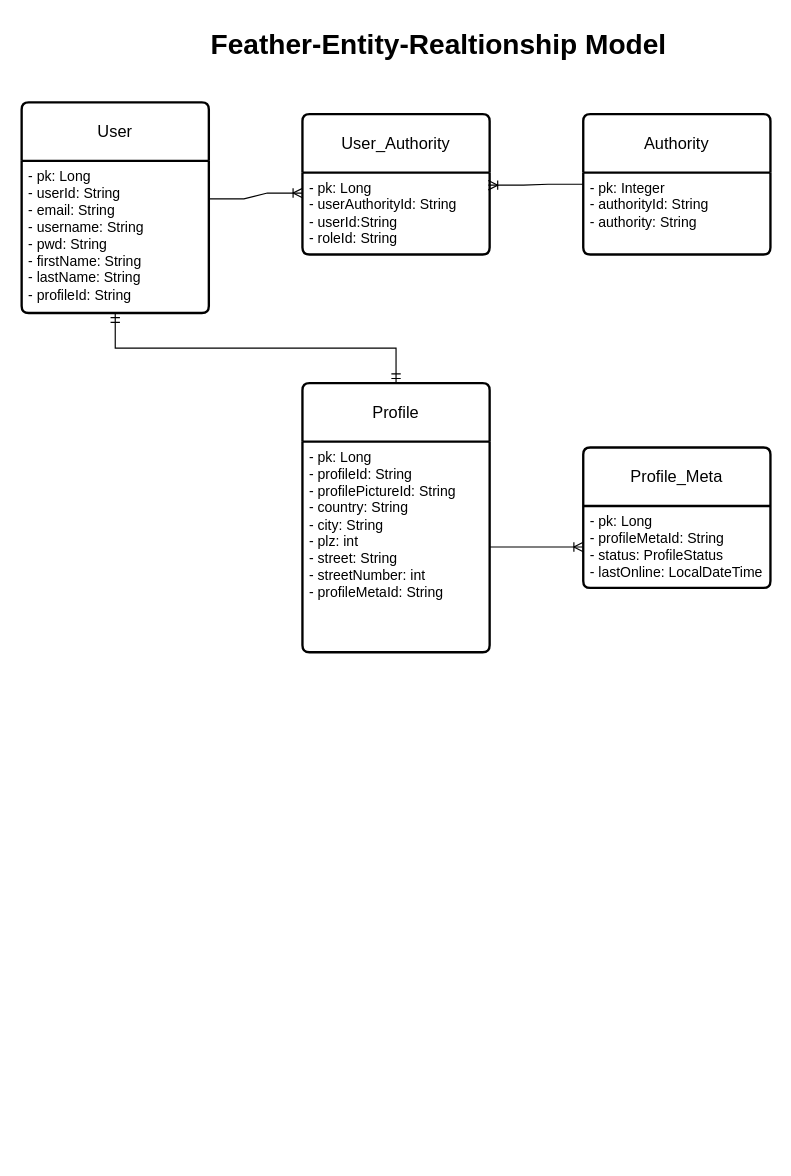
Above: Feather-Tables.drawio in soner3/feather (draw.io), before the change. Source tidied: cells renumbered, new cells numbered last; positions are measured from the earlier drawing's top-left corner, leaving out a move shared by most shapes. Both pictures are drawn from the tidied source at 117%, with x=0, y=0 at pixel (21, 20).
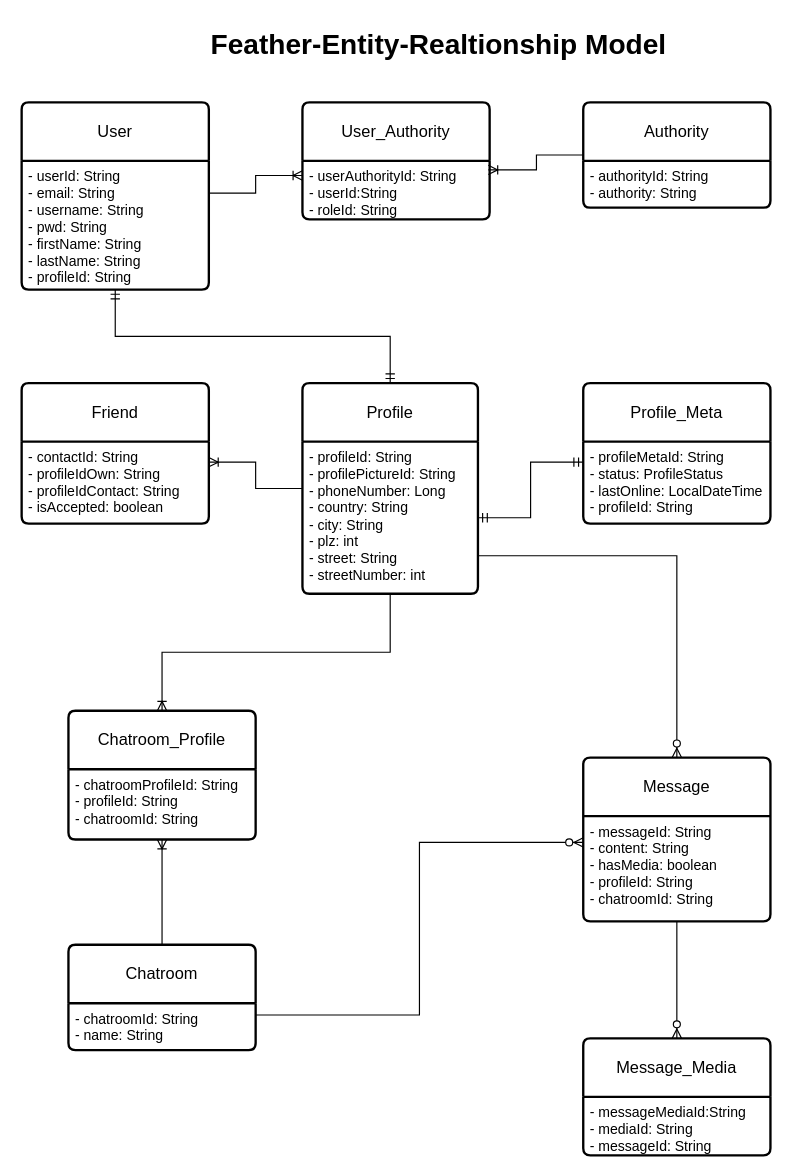
Above is the later version.

The edit, as a diff of the source:
```diff
@@
     <mxCell id="2" value="User" style="swimlane;horizontal=1;startSize=50;rounded=1;fontSize=14;fontStyle=0;strokeWidth=2;shadow=0;dashed=0;align=center;arcSize=4;whiteSpace=wrap;html=1;" parent="1" vertex="1">
-      <mxGeometry y="70" width="160" height="180" as="geometry" />
+      <mxGeometry y="70" width="160" height="160" as="geometry" />
     </mxCell>
-    <mxCell id="3" value="- pk: Long&lt;br&gt;- userId: String&lt;br&gt;- email: String&lt;div&gt;- username: String&lt;/div&gt;&lt;div&gt;- pwd: String&lt;/div&gt;&lt;div&gt;&lt;div&gt;&lt;div&gt;- firstName: String&lt;/div&gt;&lt;div&gt;- lastName: String&lt;/div&gt;&lt;/div&gt;&lt;div&gt;- profileId: String&lt;/div&gt;&lt;/div&gt;&lt;div&gt;&lt;br&gt;&lt;/div&gt;" style="align=left;strokeColor=none;fillColor=none;spacingLeft=4;fontSize=12;verticalAlign=top;html=1;" parent="2" vertex="1">
-      <mxGeometry y="50" width="160" height="130" as="geometry" />
+    <mxCell id="3" value="- userId: String&lt;br&gt;- email: String&lt;div&gt;- username: String&lt;/div&gt;&lt;div&gt;- pwd: String&lt;/div&gt;&lt;div&gt;&lt;div&gt;&lt;div&gt;- firstName: String&lt;/div&gt;&lt;div&gt;- lastName: String&lt;/div&gt;&lt;/div&gt;&lt;div&gt;- profileId: String&lt;/div&gt;&lt;/div&gt;&lt;div&gt;&lt;br&gt;&lt;/div&gt;" style="align=left;strokeColor=none;fillColor=none;spacingLeft=4;fontSize=12;verticalAlign=top;html=1;" parent="2" vertex="1">
+      <mxGeometry y="50" width="160" height="110" as="geometry" />
     </mxCell>
     <mxCell id="4" value="User_Authority" style="swimlane;horizontal=1;startSize=50;rounded=1;fontSize=14;fontStyle=0;strokeWidth=2;shadow=0;dashed=0;align=center;arcSize=4;whiteSpace=wrap;html=1;" parent="1" vertex="1">
-      <mxGeometry x="240" y="80" width="160" height="120" as="geometry" />
+      <mxGeometry x="240" y="70" width="160" height="100" as="geometry" />
     </mxCell>
-    <mxCell id="5" value="&lt;div&gt;- pk: Long&lt;/div&gt;&lt;div&gt;- userAuthorityId: String&lt;/div&gt;- userId:String&lt;div&gt;- roleId: String&lt;/div&gt;" style="align=left;strokeColor=none;fillColor=none;spacingLeft=4;fontSize=12;verticalAlign=top;html=1;" parent="4" vertex="1">
-      <mxGeometry y="50" width="160" height="70" as="geometry" />
+    <mxCell id="5" value="&lt;div&gt;&lt;span style=&quot;background-color: transparent; color: light-dark(rgb(0, 0, 0), rgb(255, 255, 255));&quot;&gt;- userAuthorityId: String&lt;/span&gt;&lt;/div&gt;- userId:String&lt;div&gt;- roleId: String&lt;/div&gt;" style="align=left;strokeColor=none;fillColor=none;spacingLeft=4;fontSize=12;verticalAlign=top;html=1;" parent="4" vertex="1">
+      <mxGeometry y="50" width="160" height="50" as="geometry" />
     </mxCell>
     <mxCell id="6" value="Authority" style="swimlane;horizontal=1;startSize=50;rounded=1;fontSize=14;fontStyle=0;strokeWidth=2;shadow=0;dashed=0;align=center;arcSize=4;whiteSpace=wrap;html=1;" parent="1" vertex="1">
-      <mxGeometry x="480" y="80" width="160" height="120" as="geometry" />
+      <mxGeometry x="480" y="70" width="160" height="90" as="geometry" />
     </mxCell>
-    <mxCell id="7" value="- pk: Integer&lt;div&gt;&lt;div&gt;- authorityId: String&lt;/div&gt;&lt;div&gt;- authority: String&lt;/div&gt;&lt;/div&gt;" style="align=left;strokeColor=none;fillColor=none;spacingLeft=4;fontSize=12;verticalAlign=top;html=1;" parent="6" vertex="1">
-      <mxGeometry y="50" width="160" height="70" as="geometry" />
+    <mxCell id="7" value="&lt;div&gt;&lt;div&gt;- authorityId: String&lt;/div&gt;&lt;div&gt;- authority: String&lt;/div&gt;&lt;/div&gt;" style="align=left;strokeColor=none;fillColor=none;spacingLeft=4;fontSize=12;verticalAlign=top;html=1;" parent="6" vertex="1">
+      <mxGeometry y="50" width="160" height="40" as="geometry" />
     </mxCell>
-    <mxCell id="8" style="edgeStyle=entityRelationEdgeStyle;fontSize=12;html=1;endArrow=ERoneToMany;rounded=0;exitX=1;exitY=0.25;exitDx=0;exitDy=0;entryX=0;entryY=0.25;entryDx=0;entryDy=0;" parent="1" edge="1" source="3" target="5">
+    <mxCell id="8" style="edgeStyle=orthogonalEdgeStyle;fontSize=12;html=1;endArrow=ERoneToMany;rounded=0;exitX=1;exitY=0.25;exitDx=0;exitDy=0;entryX=0;entryY=0.25;entryDx=0;entryDy=0;" parent="1" edge="1" source="3" target="5">
       <mxGeometry relative="1" as="geometry" />
     </mxCell>
-    <mxCell id="9" style="edgeStyle=entityRelationEdgeStyle;fontSize=12;html=1;endArrow=ERoneToMany;rounded=0;exitX=0;exitY=0.5;exitDx=0;exitDy=0;entryX=0.993;entryY=0.154;entryDx=0;entryDy=0;entryPerimeter=0;" parent="1" edge="1" source="6" target="5">
+    <mxCell id="9" style="edgeStyle=orthogonalEdgeStyle;fontSize=12;html=1;endArrow=ERoneToMany;rounded=0;exitX=0;exitY=0.5;exitDx=0;exitDy=0;entryX=0.993;entryY=0.154;entryDx=0;entryDy=0;entryPerimeter=0;" parent="1" edge="1" source="6" target="5">
       <mxGeometry relative="1" as="geometry" />
     </mxCell>
     <mxCell id="10" value="Profile" style="swimlane;horizontal=1;startSize=50;rounded=1;fontSize=14;fontStyle=0;strokeWidth=2;shadow=0;dashed=0;align=center;arcSize=4;whiteSpace=wrap;html=1;" parent="1" vertex="1">
-      <mxGeometry x="240" y="310" width="160" height="230" as="geometry" />
+      <mxGeometry x="240" y="310" width="150" height="180" as="geometry" />
     </mxCell>
-    <mxCell id="11" value="- pk: Long&lt;div&gt;- profileId: String&lt;/div&gt;&lt;div&gt;- profilePictureId: String&lt;/div&gt;&lt;div&gt;- country: String&lt;/div&gt;&lt;div&gt;- city: String&lt;/div&gt;&lt;div&gt;- plz: int&lt;/div&gt;&lt;div&gt;- street: String&lt;/div&gt;&lt;div&gt;- streetNumber: int&lt;/div&gt;&lt;div&gt;- profileMetaId: String&lt;/div&gt;" style="align=left;strokeColor=none;fillColor=none;spacingLeft=4;fontSize=12;verticalAlign=top;html=1;" parent="10" vertex="1">
-      <mxGeometry y="50" width="160" height="180" as="geometry" />
+    <mxCell id="11" value="&lt;div&gt;- profileId: String&lt;/div&gt;&lt;div&gt;- profilePictureId: String&lt;/div&gt;&lt;div&gt;- phoneNumber: Long&lt;/div&gt;&lt;div&gt;- country: String&lt;/div&gt;&lt;div&gt;- city: String&lt;/div&gt;&lt;div&gt;- plz: int&lt;/div&gt;&lt;div&gt;- street: String&lt;/div&gt;&lt;div&gt;- streetNumber: int&lt;/div&gt;" style="align=left;strokeColor=none;fillColor=none;spacingLeft=4;fontSize=12;verticalAlign=top;html=1;" parent="10" vertex="1">
+      <mxGeometry y="50" width="150" height="130" as="geometry" />
     </mxCell>
@@
     <mxCell id="14" value="Profile_Meta" style="swimlane;horizontal=1;startSize=50;rounded=1;fontSize=14;fontStyle=0;strokeWidth=2;shadow=0;dashed=0;align=center;arcSize=4;whiteSpace=wrap;html=1;" parent="1" vertex="1">
-      <mxGeometry x="480" y="365" width="160" height="120" as="geometry" />
+      <mxGeometry x="480" y="310" width="160" height="120" as="geometry" />
     </mxCell>
-    <mxCell id="15" value="- pk: Long&lt;div&gt;- profileMetaId: String&lt;/div&gt;&lt;div&gt;&lt;div&gt;- status: ProfileStatus&lt;div&gt;- lastOnline: LocalDateTime&lt;/div&gt;&lt;/div&gt;&lt;/div&gt;" style="align=left;strokeColor=none;fillColor=none;spacingLeft=4;fontSize=12;verticalAlign=top;html=1;" parent="14" vertex="1">
+    <mxCell id="15" value="&lt;div&gt;- profileMetaId: String&lt;/div&gt;&lt;div&gt;&lt;div&gt;- status: ProfileStatus&lt;div&gt;- lastOnline: LocalDateTime&lt;/div&gt;&lt;/div&gt;&lt;/div&gt;&lt;div&gt;- profileId: String&lt;/div&gt;" style="align=left;strokeColor=none;fillColor=none;spacingLeft=4;fontSize=12;verticalAlign=top;html=1;" parent="14" vertex="1">
       <mxGeometry y="50" width="160" height="70" as="geometry" />
     </mxCell>
+    <mxCell id="17" value="&lt;h1 style=&quot;margin-top: 0px;&quot;&gt;Feather-Entity-Realtionship Model&lt;/h1&gt;" style="text;html=1;whiteSpace=wrap;overflow=hidden;rounded=0;" parent="1" vertex="1">
+      <mxGeometry x="160" width="400" height="40" as="geometry" />
+    </mxCell>
+    <mxCell id="18" value="Friend" style="swimlane;horizontal=1;startSize=50;rounded=1;fontSize=14;fontStyle=0;strokeWidth=2;shadow=0;dashed=0;align=center;arcSize=4;whiteSpace=wrap;html=1;" parent="1" vertex="1">
+      <mxGeometry y="310" width="160" height="120" as="geometry" />
+    </mxCell>
+    <mxCell id="19" value="&lt;div&gt;- contactId: String&lt;/div&gt;&lt;div&gt;- profileIdOwn: String&lt;/div&gt;&lt;div&gt;- profileIdContact: String&lt;/div&gt;&lt;div&gt;- isAccepted: boolean&lt;/div&gt;" style="align=left;strokeColor=none;fillColor=none;spacingLeft=4;fontSize=12;verticalAlign=top;html=1;" parent="18" vertex="1">
+      <mxGeometry y="50" width="160" height="70" as="geometry" />
+    </mxCell>
-    <mxCell id="16" style="edgeStyle=entityRelationEdgeStyle;fontSize=12;html=1;endArrow=ERoneToMany;rounded=0;exitX=1;exitY=0.5;exitDx=0;exitDy=0;entryX=0;entryY=0.5;entryDx=0;entryDy=0;" parent="1" edge="1" source="11" target="15">
-      <mxGeometry relative="1" as="geometry">
-        <Array as="points">
-          <mxPoint x="240" y="380" />
-        </Array>
-      </mxGeometry>
+    <mxCell id="16" style="edgeStyle=orthogonalEdgeStyle;fontSize=12;html=1;endArrow=ERmandOne;startArrow=ERmandOne;rounded=0;entryX=0;entryY=0.25;entryDx=0;entryDy=0;" parent="1" edge="1" source="11" target="15">
+      <mxGeometry relative="1" as="geometry" />
     </mxCell>
-    <mxCell id="17" value="&lt;h1 style=&quot;margin-top: 0px;&quot;&gt;Feather-Entity-Realtionship Model&lt;/h1&gt;" style="text;html=1;whiteSpace=wrap;overflow=hidden;rounded=0;" parent="1" vertex="1">
-      <mxGeometry x="160" width="400" height="40" as="geometry" />
-    </mxCell>
+    <mxCell id="20" style="fontSize=12;html=1;endArrow=ERoneToMany;rounded=0;entryX=1;entryY=0.25;entryDx=0;entryDy=0;edgeStyle=orthogonalEdgeStyle;exitX=0;exitY=0.5;exitDx=0;exitDy=0;" parent="1" edge="1" source="10" target="19">
+      <mxGeometry relative="1" as="geometry" />
+    </mxCell>
+    <mxCell id="21" value="Chatroom" style="swimlane;horizontal=1;startSize=50;rounded=1;fontSize=14;fontStyle=0;strokeWidth=2;shadow=0;dashed=0;align=center;arcSize=4;whiteSpace=wrap;html=1;" parent="1" vertex="1">
+      <mxGeometry x="40" y="790" width="160" height="90" as="geometry" />
+    </mxCell>
+    <mxCell id="22" value="- chatroomId: String&lt;div&gt;- name: String&lt;/div&gt;" style="align=left;strokeColor=none;fillColor=none;spacingLeft=4;fontSize=12;verticalAlign=top;html=1;" parent="21" vertex="1">
+      <mxGeometry y="50" width="160" height="40" as="geometry" />
+    </mxCell>
+    <mxCell id="23" value="Message" style="swimlane;horizontal=1;startSize=50;rounded=1;fontSize=14;fontStyle=0;strokeWidth=2;shadow=0;dashed=0;align=center;arcSize=4;whiteSpace=wrap;html=1;" parent="1" vertex="1">
+      <mxGeometry x="480" y="630" width="160" height="140" as="geometry" />
+    </mxCell>
+    <mxCell id="24" value="&lt;span style=&quot;background-color: transparent; color: light-dark(rgb(0, 0, 0), rgb(255, 255, 255));&quot;&gt;- messageId: String&lt;/span&gt;&lt;div&gt;- content: String&lt;/div&gt;&lt;div&gt;- hasMedia: boolean&lt;/div&gt;&lt;div&gt;- profileId: String&lt;/div&gt;&lt;div&gt;- chatroomId: String&lt;/div&gt;" style="align=left;strokeColor=none;fillColor=none;spacingLeft=4;fontSize=12;verticalAlign=top;html=1;" parent="23" vertex="1">
+      <mxGeometry y="50" width="160" height="90" as="geometry" />
+    </mxCell>
+    <mxCell id="25" style="edgeStyle=orthogonalEdgeStyle;fontSize=12;html=1;endArrow=ERzeroToMany;endFill=1;rounded=0;exitX=1;exitY=0.75;exitDx=0;exitDy=0;entryX=0.5;entryY=0;entryDx=0;entryDy=0;" parent="1" edge="1" source="11" target="23">
+      <mxGeometry relative="1" as="geometry" />
+    </mxCell>
+    <mxCell id="26" value="Message_Media" style="swimlane;horizontal=1;startSize=50;rounded=1;fontSize=14;fontStyle=0;strokeWidth=2;shadow=0;dashed=0;align=center;arcSize=4;whiteSpace=wrap;html=1;" parent="1" vertex="1">
+      <mxGeometry x="480" y="870" width="160" height="100" as="geometry" />
+    </mxCell>
+    <mxCell id="27" value="&lt;div&gt;- messageMediaId:String&lt;/div&gt;&lt;div&gt;- mediaId: String&lt;/div&gt;&lt;div&gt;- messageId: String&lt;/div&gt;" style="align=left;strokeColor=none;fillColor=none;spacingLeft=4;fontSize=12;verticalAlign=top;html=1;" parent="26" vertex="1">
+      <mxGeometry y="50" width="160" height="50" as="geometry" />
+    </mxCell>
+    <mxCell id="28" style="fontSize=12;html=1;endArrow=ERzeroToMany;endFill=1;rounded=0;entryX=0.5;entryY=0;entryDx=0;entryDy=0;exitX=0.5;exitY=1;exitDx=0;exitDy=0;" parent="1" edge="1" source="24" target="26">
+      <mxGeometry relative="1" as="geometry" />
+    </mxCell>
+    <mxCell id="29" style="edgeStyle=orthogonalEdgeStyle;fontSize=12;html=1;endArrow=ERzeroToMany;endFill=1;rounded=0;exitX=1;exitY=0.25;exitDx=0;exitDy=0;entryX=0;entryY=0.25;entryDx=0;entryDy=0;" parent="1" edge="1" source="22" target="24">
+      <mxGeometry relative="1" as="geometry" />
+    </mxCell>
+    <mxCell id="30" value="Chatroom_Profile" style="swimlane;horizontal=1;startSize=50;rounded=1;fontSize=14;fontStyle=0;strokeWidth=2;shadow=0;dashed=0;align=center;arcSize=4;whiteSpace=wrap;html=1;" parent="1" vertex="1">
+      <mxGeometry x="40" y="590" width="160" height="110" as="geometry" />
+    </mxCell>
+    <mxCell id="31" value="- chatroomProfileId: String&lt;div&gt;- profileId: String&lt;/div&gt;&lt;div&gt;- chatroomId: String&lt;/div&gt;" style="align=left;strokeColor=none;fillColor=none;spacingLeft=4;fontSize=12;verticalAlign=top;html=1;" parent="30" vertex="1">
+      <mxGeometry y="50" width="160" height="60" as="geometry" />
+    </mxCell>
+    <mxCell id="32" style="edgeStyle=orthogonalEdgeStyle;fontSize=12;html=1;endArrow=ERoneToMany;rounded=0;exitX=0.5;exitY=0;exitDx=0;exitDy=0;entryX=0.5;entryY=1;entryDx=0;entryDy=0;" parent="1" edge="1" source="21" target="31">
+      <mxGeometry relative="1" as="geometry" />
+    </mxCell>
+    <mxCell id="33" style="edgeStyle=orthogonalEdgeStyle;fontSize=12;html=1;endArrow=ERoneToMany;rounded=0;exitX=0.5;exitY=1;exitDx=0;exitDy=0;" parent="1" edge="1" source="11" target="30">
+      <mxGeometry relative="1" as="geometry" />
+    </mxCell>
```
